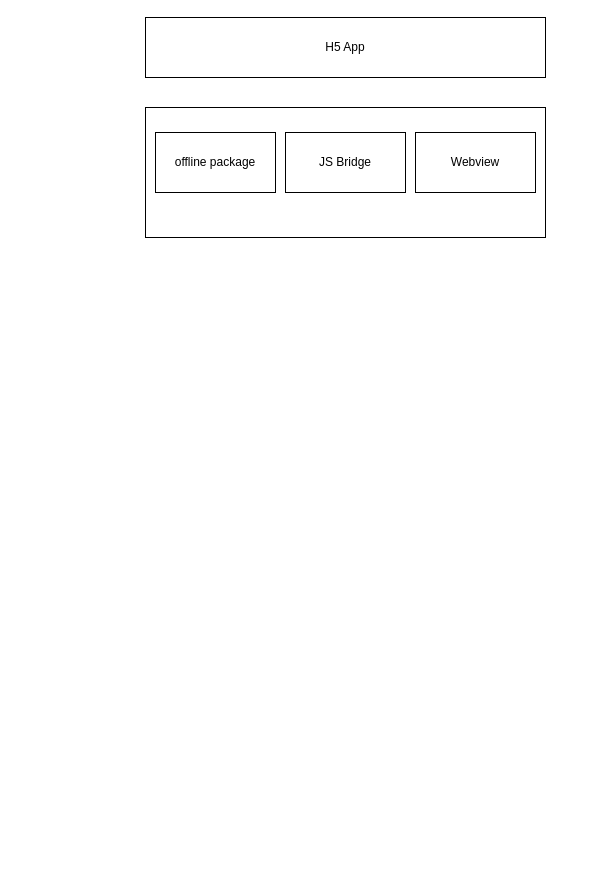
Before: Hybrid.drawio in bhaltair/bhaltair, a draw.io diagram. Source tidied: cells renumbered, new cells numbered last; positions are measured from the earlier drawing's top-left corner, leaving out a move shared by most shapes. Both pictures are drawn from the tidied source at 100%, with x=0, y=0 at pixel (145, 17).
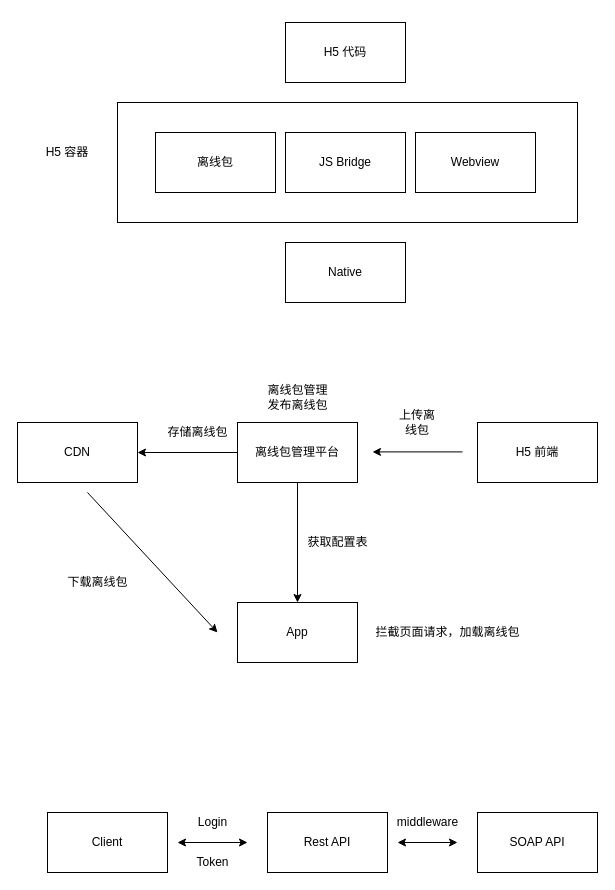
The same diagram, later.

The edit, as a diff of the source:
```diff
@@
-    <mxCell id="2" style="rounded=0;whiteSpace=wrap;html=1;" parent="1" vertex="1">
-      <mxGeometry y="90" width="400" height="130" as="geometry" />
-    </mxCell>
-    <mxCell id="3" value="H5 App" style="rounded=0;whiteSpace=wrap;html=1;" parent="1" vertex="1">
-      <mxGeometry width="400" height="60" as="geometry" />
-    </mxCell>
+    <mxCell id="7" style="rounded=0;whiteSpace=wrap;html=1;" parent="1" vertex="1">
+      <mxGeometry x="-28" y="85" width="460" height="120" as="geometry" />
+    </mxCell>
-    <mxCell id="4" value="offline package" style="rounded=0;whiteSpace=wrap;html=1;" parent="1" vertex="1">
+    <mxCell id="4" value="离线包" style="rounded=0;whiteSpace=wrap;html=1;" parent="1" vertex="1">
       <mxGeometry x="10" y="115" width="120" height="60" as="geometry" />
     </mxCell>
@@
+    <mxCell id="8" style="edgeStyle=orthogonalEdgeStyle;rounded=0;jettySize=auto;html=1;" parent="1" edge="1" source="10" target="12">
+      <mxGeometry relative="1" as="geometry" />
+    </mxCell>
+    <mxCell id="9" style="edgeStyle=orthogonalEdgeStyle;rounded=0;jettySize=auto;html=1;" parent="1" edge="1" source="10" target="16">
+      <mxGeometry relative="1" as="geometry" />
+    </mxCell>
+    <mxCell id="10" value="离线包管理平台" style="rounded=0;whiteSpace=wrap;html=1;" parent="1" vertex="1">
+      <mxGeometry x="92" y="405" width="120" height="60" as="geometry" />
+    </mxCell>
+    <mxCell id="11" value="H5 前端" style="rounded=0;whiteSpace=wrap;html=1;" parent="1" vertex="1">
+      <mxGeometry x="332" y="405" width="120" height="60" as="geometry" />
+    </mxCell>
+    <mxCell id="12" value="App" style="rounded=0;whiteSpace=wrap;html=1;" parent="1" vertex="1">
+      <mxGeometry x="92" y="585" width="120" height="60" as="geometry" />
+    </mxCell>
+    <mxCell id="13" style="endArrow=classic;html=1;" parent="1" edge="1">
+      <mxGeometry relative="1" as="geometry">
+        <mxPoint x="317" y="434.4" as="sourcePoint" />
+        <mxPoint x="227" y="434.4" as="targetPoint" />
+      </mxGeometry>
+    </mxCell>
+    <mxCell id="14" value="上传离线包" style="text;html=1;strokeColor=none;fillColor=none;align=center;verticalAlign=middle;whiteSpace=wrap;rounded=0;" parent="1" vertex="1">
+      <mxGeometry x="252" y="395" width="40" height="20" as="geometry" />
+    </mxCell>
+    <mxCell id="15" value="获取配置表" style="text;html=1;align=center;verticalAlign=middle;" parent="1" vertex="1">
+      <mxGeometry x="152" y="515" width="80" height="20" as="geometry" />
+    </mxCell>
+    <mxCell id="16" value="CDN" style="whiteSpace=wrap;html=1;" parent="1" vertex="1">
+      <mxGeometry x="-128" y="405" width="120" height="60" as="geometry" />
+    </mxCell>
+    <mxCell id="17" value="存储离线包" style="text;html=1;align=center;verticalAlign=middle;" parent="1" vertex="1">
+      <mxGeometry x="12" y="405" width="80" height="20" as="geometry" />
+    </mxCell>
+    <mxCell id="18" value="下载离线包" style="text;html=1;align=center;verticalAlign=middle;" parent="1" vertex="1">
+      <mxGeometry x="-88" y="555" width="80" height="20" as="geometry" />
+    </mxCell>
+    <mxCell id="19" value="离线包管理&lt;br&gt;发布离线包" style="text;html=1;align=center;verticalAlign=middle;" parent="1" vertex="1">
+      <mxGeometry x="112" y="365" width="80" height="30" as="geometry" />
+    </mxCell>
+    <mxCell id="20" value="拦截页面请求，加载离线包" style="text;html=1;align=center;verticalAlign=middle;" parent="1" vertex="1">
+      <mxGeometry x="222" y="605" width="160" height="20" as="geometry" />
+    </mxCell>
+    <mxCell id="21" style="endArrow=classic;html=1;" parent="1" edge="1">
+      <mxGeometry relative="1" as="geometry">
+        <mxPoint x="-58" y="475" as="sourcePoint" />
+        <mxPoint x="72" y="615" as="targetPoint" />
+      </mxGeometry>
+    </mxCell>
+    <mxCell id="22" value="H5 代码" style="rounded=0;whiteSpace=wrap;html=1;" parent="1" vertex="1">
+      <mxGeometry x="140" y="5" width="120" height="60" as="geometry" />
+    </mxCell>
+    <mxCell id="23" value="Native" style="rounded=0;whiteSpace=wrap;html=1;" parent="1" vertex="1">
+      <mxGeometry x="140" y="225" width="120" height="60" as="geometry" />
+    </mxCell>
+    <mxCell id="24" value="H5 容器" style="text;html=1;strokeColor=none;fillColor=none;align=center;verticalAlign=middle;whiteSpace=wrap;rounded=0;" parent="1" vertex="1">
+      <mxGeometry x="-108" y="125" width="60" height="20" as="geometry" />
+    </mxCell>
+    <mxCell id="25" value="Rest API" style="rounded=0;whiteSpace=wrap;html=1;" parent="1" vertex="1">
+      <mxGeometry x="122" y="795" width="120" height="60" as="geometry" />
+    </mxCell>
+    <mxCell id="26" value="SOAP API" style="rounded=0;whiteSpace=wrap;html=1;" parent="1" vertex="1">
+      <mxGeometry x="332" y="795" width="120" height="60" as="geometry" />
+    </mxCell>
+    <mxCell id="27" value="Client" style="rounded=0;whiteSpace=wrap;html=1;" parent="1" vertex="1">
+      <mxGeometry x="-98" y="795" width="120" height="60" as="geometry" />
+    </mxCell>
+    <mxCell id="28" style="endArrow=classic;startArrow=classic;html=1;" parent="1" edge="1">
+      <mxGeometry relative="1" as="geometry">
+        <mxPoint x="32" y="825" as="sourcePoint" />
+        <mxPoint x="102" y="825" as="targetPoint" />
+      </mxGeometry>
+    </mxCell>
+    <mxCell id="29" value="Login" style="text;html=1;align=center;verticalAlign=middle;" parent="1" vertex="1">
+      <mxGeometry x="47" y="795" width="40" height="20" as="geometry" />
+    </mxCell>
+    <mxCell id="30" value="Token" style="text;html=1;align=center;verticalAlign=middle;" parent="1" vertex="1">
+      <mxGeometry x="42" y="835" width="50" height="20" as="geometry" />
+    </mxCell>
+    <mxCell id="31" value="middleware" style="text;html=1;align=center;verticalAlign=middle;" parent="1" vertex="1">
+      <mxGeometry x="242" y="795" width="80" height="20" as="geometry" />
+    </mxCell>
+    <mxCell id="32" style="endArrow=classic;startArrow=classic;html=1;" parent="1" edge="1">
+      <mxGeometry relative="1" as="geometry">
+        <mxPoint x="252" y="825" as="sourcePoint" />
+        <mxPoint x="312" y="825" as="targetPoint" />
+      </mxGeometry>
+    </mxCell>
```
